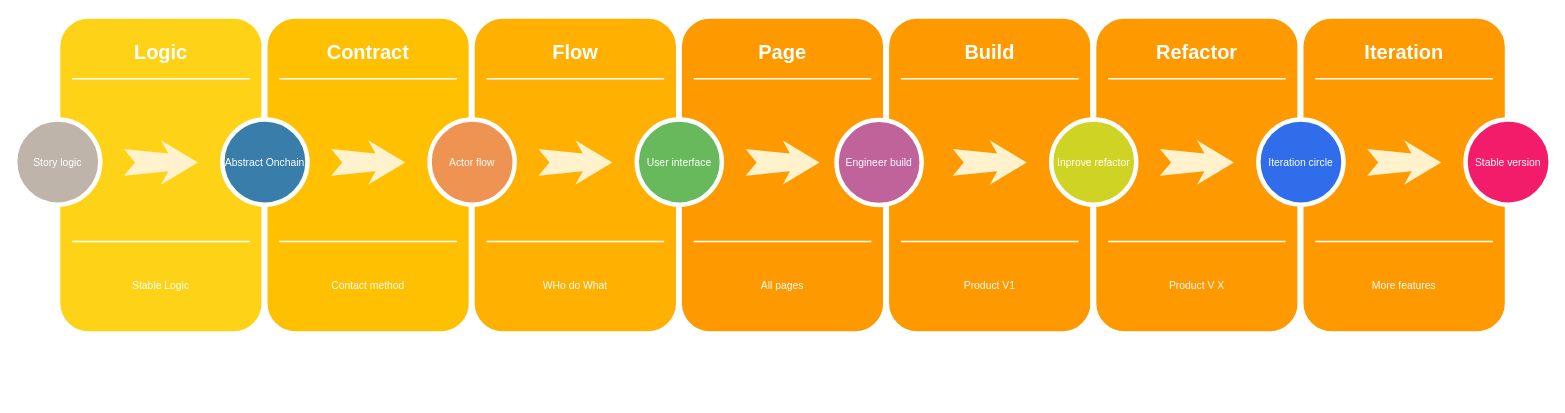
Earlier version of the draw.io diagram footprint/FDDF Diagram-jLab.drawio (jLab-tech/jLab-Web3-Fullstack-Practice). Source tidied: cells renumbered, new cells numbered last; positions are measured from the earlier drawing's top-left corner, leaving out a move shared by most shapes. Both pictures are drawn from the tidied source at 74%, with x=0, y=0 at pixel (15, 16).
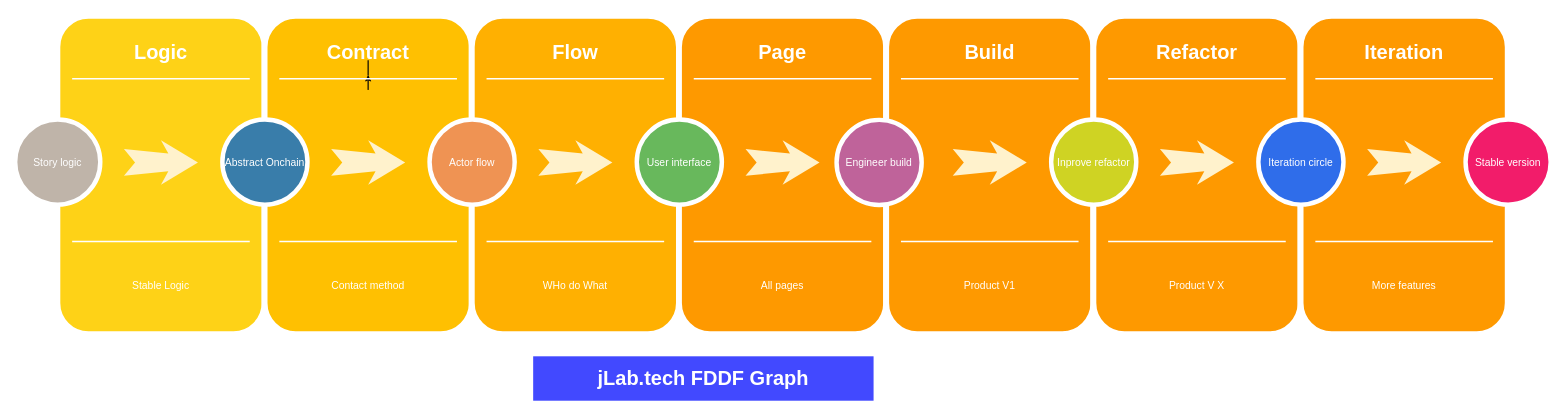
After the change.

Unchanged cells that the change refers to:
```xml
<mxCell id="10" value="Contract" style="text;html=1;strokeColor=none;fillColor=none;align=center;verticalAlign=middle;whiteSpace=wrap;rounded=0;shadow=0;fontSize=27;fontColor=#FFFFFF;fontStyle=1;" parent="1" vertex="1">
  <mxGeometry x="337" y="20" width="280" height="60" as="geometry" />
</mxCell>
<mxCell id="12" style="line;strokeWidth=2;html=1;rounded=0;shadow=0;fontSize=27;align=center;fillColor=none;strokeColor=#FFFFFF;" parent="1" vertex="1">
  <mxGeometry x="357" y="80" width="240" height="10" as="geometry" />
</mxCell>
```

What changed in the source:
```diff
@@
+    <mxCell id="52" style="edgeStyle=orthogonalEdgeStyle;rounded=0;jettySize=auto;html=1;" parent="1" edge="1" source="12" target="10">
+      <mxGeometry relative="1" as="geometry" />
+    </mxCell>
@@
+    <mxCell id="53" value="jLab.tech FDDF Graph" style="text;html=1;strokeColor=none;fillColor=#4249FF;align=center;verticalAlign=middle;whiteSpace=wrap;rounded=0;shadow=0;fontSize=27;fontColor=#FFFFFF;fontStyle=1;" parent="1" vertex="1">
+      <mxGeometry x="700" y="460" width="460" height="60" as="geometry" />
+    </mxCell>
```
